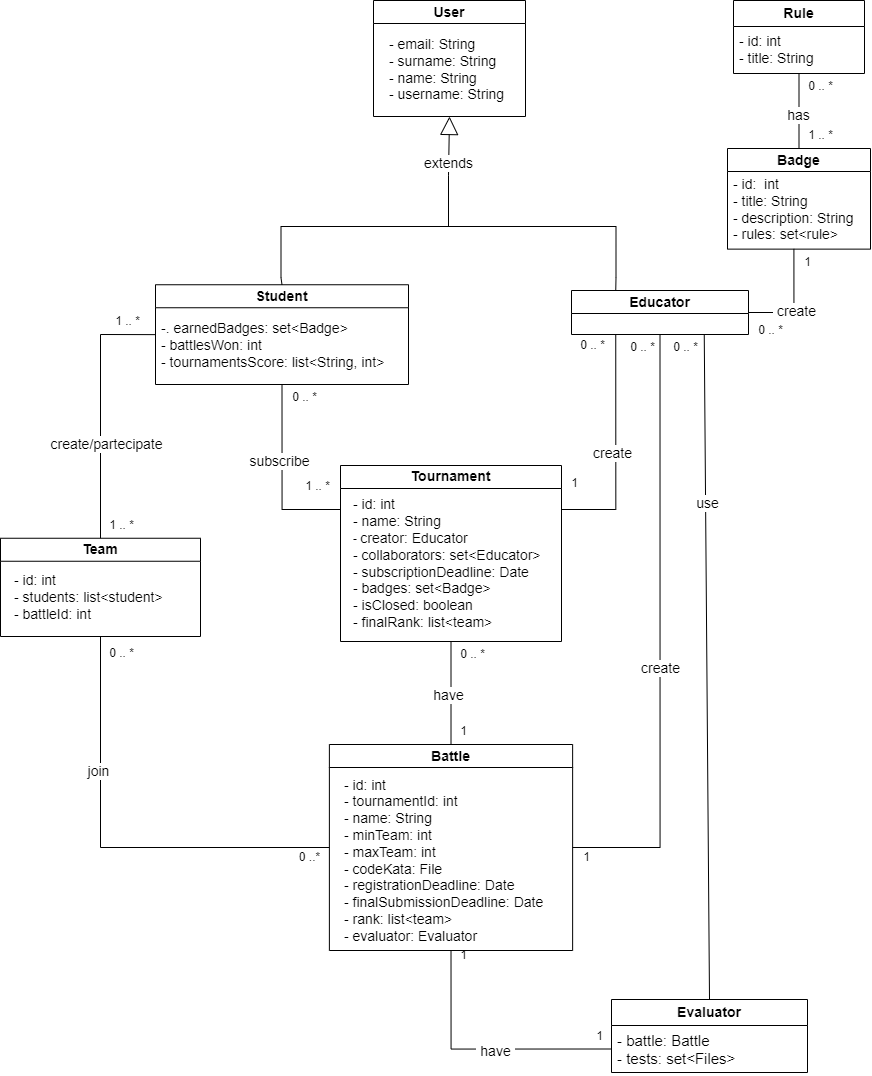
Earlier version of the draw.io export diagrams/class diagram (UML)/class_diagram.png (mttcrn/software-engineering-II-project). Source tidied: cells renumbered, new cells last; positions are measured from the earlier drawing's top-left corner, leaving out a move shared by most shapes.
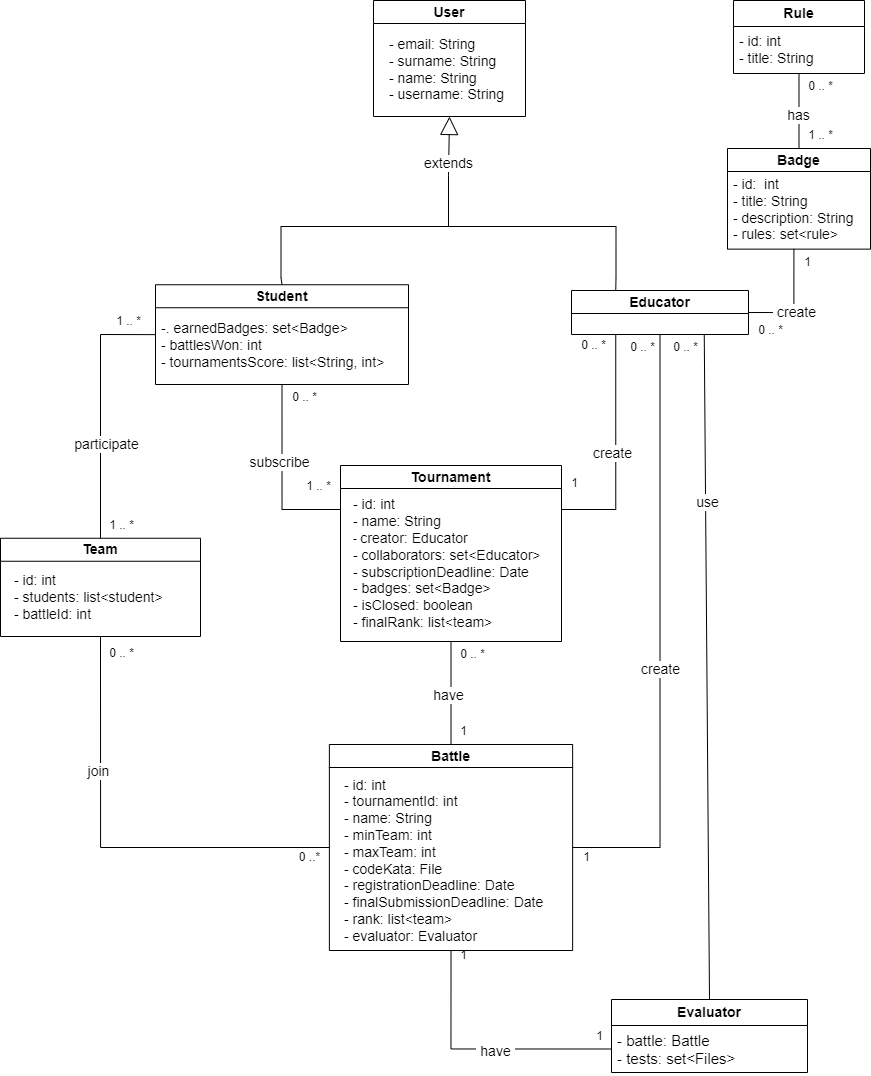
Later version of the same file.

Diff of the diagram source:
```diff
@@ -79,7 +79,7 @@
         </Array>
       </mxGeometry>
     </mxCell>
-    <mxCell id="25" value="create/partecipate" style="edgeLabel;html=1;align=center;verticalAlign=middle;fontSize=14;rounded=0;labelBackgroundColor=default;" parent="24" vertex="1">
+    <mxCell id="25" value="participate" style="edgeLabel;html=1;align=center;verticalAlign=middle;fontSize=14;rounded=0;labelBackgroundColor=default;" parent="24" vertex="1">
       <mxGeometry x="-0.27" y="-4" relative="1" as="geometry">
         <mxPoint x="1" as="offset" />
       </mxGeometry>
```
